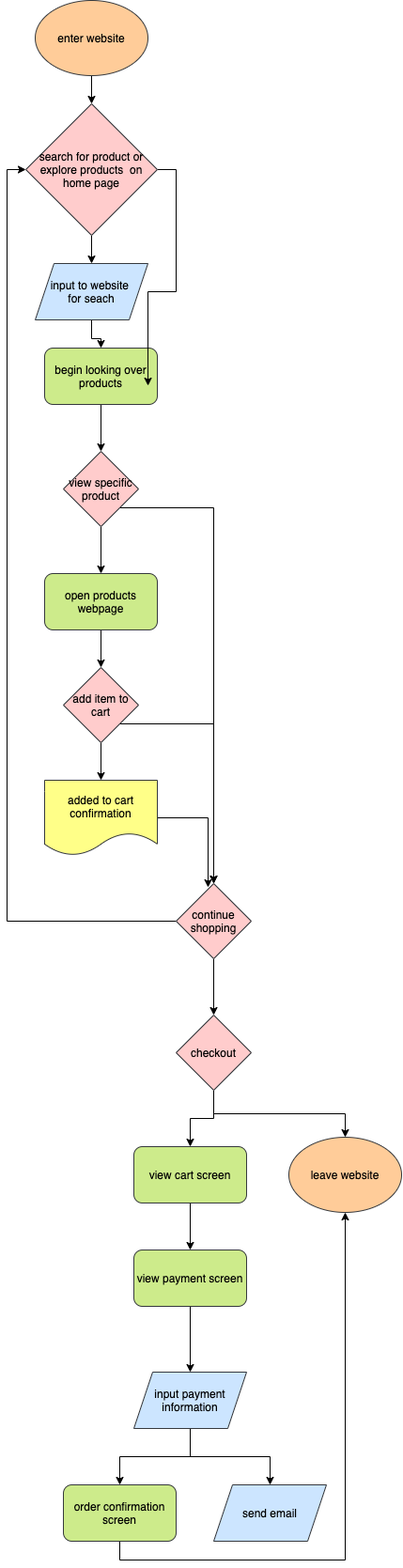
Earlier version of the draw.io export part2/part2.drawio.png (saradoron/sp21-cse110-lab4). Source tidied: cells renumbered, new cells last; positions are measured from the earlier drawing's top-left corner, leaving out a move shared by most shapes. Source of this version:
```xml
<mxGraphModel>
  <root>
    <mxCell id="0" />
    <mxCell id="1" parent="0" />
    <mxCell id="2" style="edgeStyle=orthogonalEdgeStyle;rounded=0;jettySize=auto;html=1;exitX=0.5;exitY=1;exitDx=0;exitDy=0;fontColor=#000000;" parent="1" edge="1" source="3" target="45">
      <mxGeometry relative="1" as="geometry" />
    </mxCell>
    <mxCell id="3" value="enter website" style="ellipse;whiteSpace=wrap;html=1;fillColor=#ffcc99;strokeColor=#36393d;fontColor=#000000;" parent="1" vertex="1">
      <mxGeometry x="10" width="120" height="80" as="geometry" />
    </mxCell>
    <mxCell id="4" style="edgeStyle=orthogonalEdgeStyle;rounded=0;jettySize=auto;html=1;exitX=0.5;exitY=1;exitDx=0;exitDy=0;fontColor=#000000;" parent="1" edge="1" source="5" target="7">
      <mxGeometry relative="1" as="geometry" />
    </mxCell>
    <mxCell id="5" value="input to website &lt;br&gt;for seach" style="shape=parallelogram;perimeter=parallelogramPerimeter;whiteSpace=wrap;html=1;fixedSize=1;fillColor=#cce5ff;strokeColor=#36393d;fontColor=#000000;" parent="1" vertex="1">
      <mxGeometry x="10" y="280" width="120" height="60" as="geometry" />
    </mxCell>
    <mxCell id="6" style="edgeStyle=orthogonalEdgeStyle;rounded=0;jettySize=auto;html=1;exitX=0.5;exitY=1;exitDx=0;exitDy=0;fontColor=#000000;" parent="1" edge="1" source="7" target="10">
      <mxGeometry relative="1" as="geometry" />
    </mxCell>
    <mxCell id="7" value="begin looking over products" style="rounded=1;whiteSpace=wrap;html=1;fillColor=#cdeb8b;strokeColor=#36393d;fontColor=#000000;" parent="1" vertex="1">
      <mxGeometry x="20" y="370" width="120" height="60" as="geometry" />
    </mxCell>
    <mxCell id="8" style="edgeStyle=orthogonalEdgeStyle;rounded=0;jettySize=auto;html=1;exitX=0.5;exitY=1;exitDx=0;exitDy=0;fontColor=#000000;" parent="1" edge="1" source="10" target="23">
      <mxGeometry relative="1" as="geometry" />
    </mxCell>
    <mxCell id="9" style="edgeStyle=orthogonalEdgeStyle;rounded=0;jettySize=auto;html=1;exitX=1;exitY=1;exitDx=0;exitDy=0;fontColor=#000000;" parent="1" edge="1" source="10" target="18">
      <mxGeometry relative="1" as="geometry" />
    </mxCell>
    <mxCell id="10" value="view specific product" style="rhombus;whiteSpace=wrap;html=1;fillColor=#ffcccc;strokeColor=#36393d;fontColor=#000000;" parent="1" vertex="1">
      <mxGeometry x="40" y="480" width="80" height="80" as="geometry" />
    </mxCell>
    <mxCell id="11" style="edgeStyle=orthogonalEdgeStyle;rounded=0;jettySize=auto;html=1;exitX=0.5;exitY=1;exitDx=0;exitDy=0;entryX=0.5;entryY=0;entryDx=0;entryDy=0;fontColor=#000000;" parent="1" edge="1" source="13" target="15">
      <mxGeometry relative="1" as="geometry" />
    </mxCell>
    <mxCell id="12" style="edgeStyle=orthogonalEdgeStyle;rounded=0;jettySize=auto;html=1;exitX=1;exitY=1;exitDx=0;exitDy=0;entryX=0.5;entryY=0;entryDx=0;entryDy=0;fontColor=#000000;" parent="1" edge="1" source="13" target="18">
      <mxGeometry relative="1" as="geometry" />
    </mxCell>
    <mxCell id="13" value="add item to cart" style="rhombus;whiteSpace=wrap;html=1;fillColor=#ffcccc;strokeColor=#36393d;fontColor=#000000;" parent="1" vertex="1">
      <mxGeometry x="40" y="710" width="80" height="80" as="geometry" />
    </mxCell>
    <mxCell id="14" style="edgeStyle=orthogonalEdgeStyle;rounded=0;jettySize=auto;html=1;entryX=0.425;entryY=0.05;entryDx=0;entryDy=0;entryPerimeter=0;fontColor=#000000;" parent="1" edge="1" source="15" target="18">
      <mxGeometry relative="1" as="geometry" />
    </mxCell>
    <mxCell id="15" value="&lt;font color=&quot;#000000&quot;&gt;added to cart confirmation&lt;/font&gt;" style="shape=document;whiteSpace=wrap;html=1;boundedLbl=1;fillColor=#ffff88;strokeColor=#36393d;" parent="1" vertex="1">
      <mxGeometry x="20" y="830" width="120" height="80" as="geometry" />
    </mxCell>
    <mxCell id="16" style="edgeStyle=orthogonalEdgeStyle;rounded=0;jettySize=auto;html=1;exitX=0;exitY=0.5;exitDx=0;exitDy=0;entryX=0;entryY=0.5;entryDx=0;entryDy=0;fontColor=#000000;" parent="1" edge="1" source="18" target="45">
      <mxGeometry relative="1" as="geometry" />
    </mxCell>
    <mxCell id="17" style="edgeStyle=orthogonalEdgeStyle;rounded=0;jettySize=auto;html=1;exitX=0.5;exitY=1;exitDx=0;exitDy=0;entryX=0.5;entryY=0;entryDx=0;entryDy=0;fontColor=#000000;" parent="1" edge="1" source="18" target="28">
      <mxGeometry relative="1" as="geometry" />
    </mxCell>
    <mxCell id="18" value="&lt;font color=&quot;#000000&quot;&gt;continue shopping&lt;/font&gt;" style="rhombus;whiteSpace=wrap;html=1;fillColor=#ffcccc;strokeColor=#36393d;" parent="1" vertex="1">
      <mxGeometry x="160" y="940" width="80" height="80" as="geometry" />
    </mxCell>
    <mxCell id="19" value="&lt;font color=&quot;#ffffff&quot;&gt;yes&lt;/font&gt;" style="text;html=1;align=center;verticalAlign=middle;fillColor=none;strokeColor=none;rounded=0;fontColor=#000000;" parent="1" vertex="1">
      <mxGeometry x="85" y="570" width="30" height="20" as="geometry" />
    </mxCell>
    <mxCell id="20" value="&lt;font color=&quot;#ffffff&quot;&gt;yes&lt;/font&gt;" style="text;html=1;align=center;verticalAlign=middle;fillColor=none;strokeColor=none;rounded=0;fontColor=#000000;" parent="1" vertex="1">
      <mxGeometry x="80" y="790" width="30" height="20" as="geometry" />
    </mxCell>
    <mxCell id="21" value="&lt;font color=&quot;#ffffff&quot;&gt;no&lt;/font&gt;" style="text;html=1;align=center;verticalAlign=middle;fillColor=none;strokeColor=none;rounded=0;fontColor=#000000;" parent="1" vertex="1">
      <mxGeometry x="200" y="790" width="30" height="20" as="geometry" />
    </mxCell>
    <mxCell id="22" style="edgeStyle=orthogonalEdgeStyle;rounded=0;jettySize=auto;html=1;exitX=0.5;exitY=1;exitDx=0;exitDy=0;entryX=0.5;entryY=0;entryDx=0;entryDy=0;fontColor=#000000;" parent="1" edge="1" source="23" target="13">
      <mxGeometry relative="1" as="geometry" />
    </mxCell>
    <mxCell id="23" value="open products webpage" style="rounded=1;whiteSpace=wrap;html=1;fillColor=#cdeb8b;strokeColor=#36393d;fontColor=#000000;" parent="1" vertex="1">
      <mxGeometry x="20" y="610" width="120" height="60" as="geometry" />
    </mxCell>
    <mxCell id="24" value="&lt;font color=&quot;#ffffff&quot;&gt;no&lt;/font&gt;" style="text;html=1;align=center;verticalAlign=middle;fillColor=none;strokeColor=none;rounded=0;fontColor=#000000;" parent="1" vertex="1">
      <mxGeometry x="210" y="570" width="30" height="20" as="geometry" />
    </mxCell>
    <mxCell id="25" value="&lt;font color=&quot;#ffffff&quot;&gt;yes&lt;/font&gt;" style="text;html=1;align=center;verticalAlign=middle;fillColor=none;strokeColor=none;rounded=0;fontColor=#000000;" parent="1" vertex="1">
      <mxGeometry x="115" y="980" width="30" height="20" as="geometry" />
    </mxCell>
    <mxCell id="26" style="edgeStyle=orthogonalEdgeStyle;rounded=0;jettySize=auto;html=1;exitX=0.5;exitY=1;exitDx=0;exitDy=0;fontColor=#000000;" parent="1" edge="1" source="28" target="30">
      <mxGeometry relative="1" as="geometry" />
    </mxCell>
    <mxCell id="27" style="edgeStyle=orthogonalEdgeStyle;rounded=0;jettySize=auto;html=1;exitX=0.5;exitY=1;exitDx=0;exitDy=0;entryX=0.5;entryY=0;entryDx=0;entryDy=0;fontColor=#000000;" parent="1" edge="1" source="28" target="33">
      <mxGeometry relative="1" as="geometry" />
    </mxCell>
    <mxCell id="28" value="checkout" style="rhombus;whiteSpace=wrap;html=1;fillColor=#ffcccc;strokeColor=#36393d;fontColor=#000000;" parent="1" vertex="1">
      <mxGeometry x="160" y="1080" width="80" height="80" as="geometry" />
    </mxCell>
    <mxCell id="29" value="&lt;font color=&quot;#ffffff&quot;&gt;no&lt;/font&gt;" style="text;html=1;align=center;verticalAlign=middle;fillColor=none;strokeColor=none;rounded=0;fontColor=#000000;" parent="1" vertex="1">
      <mxGeometry x="200" y="1040" width="30" height="20" as="geometry" />
    </mxCell>
    <mxCell id="30" value="leave website" style="ellipse;whiteSpace=wrap;html=1;fillColor=#ffcc99;strokeColor=#36393d;fontColor=#000000;" parent="1" vertex="1">
      <mxGeometry x="280" y="1210" width="120" height="80" as="geometry" />
    </mxCell>
    <mxCell id="31" value="&lt;font color=&quot;#ffffff&quot;&gt;no&lt;/font&gt;" style="text;html=1;align=center;verticalAlign=middle;fillColor=none;strokeColor=none;rounded=0;fontColor=#000000;" parent="1" vertex="1">
      <mxGeometry x="260" y="1160" width="30" height="20" as="geometry" />
    </mxCell>
    <mxCell id="32" style="edgeStyle=orthogonalEdgeStyle;rounded=0;jettySize=auto;html=1;exitX=0.5;exitY=1;exitDx=0;exitDy=0;fontColor=#000000;" parent="1" edge="1" source="33" target="36">
      <mxGeometry relative="1" as="geometry" />
    </mxCell>
    <mxCell id="33" value="view cart screen" style="rounded=1;whiteSpace=wrap;html=1;fillColor=#cdeb8b;strokeColor=#36393d;fontColor=#000000;" parent="1" vertex="1">
      <mxGeometry x="115" y="1220" width="120" height="60" as="geometry" />
    </mxCell>
    <mxCell id="34" value="&lt;font color=&quot;#ffffff&quot;&gt;yes&lt;/font&gt;" style="text;html=1;align=center;verticalAlign=middle;fillColor=none;strokeColor=none;rounded=0;fontColor=#000000;" parent="1" vertex="1">
      <mxGeometry x="140" y="1190" width="30" height="20" as="geometry" />
    </mxCell>
    <mxCell id="35" style="edgeStyle=orthogonalEdgeStyle;rounded=0;jettySize=auto;html=1;exitX=0.5;exitY=1;exitDx=0;exitDy=0;entryX=0.5;entryY=0;entryDx=0;entryDy=0;fontColor=#000000;" parent="1" edge="1" source="36" target="39">
      <mxGeometry relative="1" as="geometry" />
    </mxCell>
    <mxCell id="36" value="view payment screen" style="rounded=1;whiteSpace=wrap;html=1;fillColor=#cdeb8b;strokeColor=#36393d;fontColor=#000000;" parent="1" vertex="1">
      <mxGeometry x="115" y="1330" width="120" height="60" as="geometry" />
    </mxCell>
    <mxCell id="37" style="edgeStyle=orthogonalEdgeStyle;rounded=0;jettySize=auto;html=1;fontColor=#000000;" parent="1" edge="1" source="39" target="41">
      <mxGeometry relative="1" as="geometry" />
    </mxCell>
    <mxCell id="38" style="edgeStyle=orthogonalEdgeStyle;rounded=0;jettySize=auto;html=1;exitX=0.5;exitY=1;exitDx=0;exitDy=0;fontColor=#000000;" parent="1" edge="1" source="39" target="42">
      <mxGeometry relative="1" as="geometry" />
    </mxCell>
    <mxCell id="39" value="input payment information" style="shape=parallelogram;perimeter=parallelogramPerimeter;whiteSpace=wrap;html=1;fixedSize=1;fillColor=#cce5ff;strokeColor=#36393d;fontColor=#000000;" parent="1" vertex="1">
      <mxGeometry x="115" y="1460" width="120" height="60" as="geometry" />
    </mxCell>
    <mxCell id="40" style="edgeStyle=orthogonalEdgeStyle;rounded=0;jettySize=auto;html=1;exitX=0.5;exitY=1;exitDx=0;exitDy=0;entryX=0.5;entryY=1;entryDx=0;entryDy=0;fontColor=#000000;" parent="1" edge="1" source="41" target="30">
      <mxGeometry relative="1" as="geometry" />
    </mxCell>
    <mxCell id="41" value="order confirmation screen" style="rounded=1;whiteSpace=wrap;html=1;fillColor=#cdeb8b;strokeColor=#36393d;fontColor=#000000;" parent="1" vertex="1">
      <mxGeometry x="40" y="1580" width="120" height="60" as="geometry" />
    </mxCell>
    <mxCell id="42" value="send email" style="shape=parallelogram;perimeter=parallelogramPerimeter;whiteSpace=wrap;html=1;fixedSize=1;fillColor=#cce5ff;strokeColor=#36393d;fontColor=#000000;" parent="1" vertex="1">
      <mxGeometry x="200" y="1580" width="120" height="60" as="geometry" />
    </mxCell>
    <mxCell id="43" style="edgeStyle=orthogonalEdgeStyle;rounded=0;jettySize=auto;html=1;exitX=0.5;exitY=1;exitDx=0;exitDy=0;fontColor=#000000;" parent="1" edge="1" source="45" target="5">
      <mxGeometry relative="1" as="geometry" />
    </mxCell>
    <mxCell id="44" style="edgeStyle=orthogonalEdgeStyle;rounded=0;jettySize=auto;html=1;exitX=1;exitY=0.5;exitDx=0;exitDy=0;entryX=0.917;entryY=0.667;entryDx=0;entryDy=0;entryPerimeter=0;fontColor=#000000;" parent="1" edge="1" source="45" target="7">
      <mxGeometry relative="1" as="geometry" />
    </mxCell>
    <mxCell id="45" value="search for product or explore products&amp;nbsp; on home page" style="rhombus;whiteSpace=wrap;html=1;fillColor=#ffcccc;strokeColor=#36393d;fontColor=#000000;" parent="1" vertex="1">
      <mxGeometry y="110" width="140" height="140" as="geometry" />
    </mxCell>
    <mxCell id="46" value="&lt;font color=&quot;#ffffff&quot;&gt;search for &lt;br&gt;products&lt;/font&gt;" style="text;html=1;align=center;verticalAlign=middle;fillColor=none;strokeColor=none;rounded=0;fontColor=#000000;" parent="1" vertex="1">
      <mxGeometry x="65" y="250" width="70" height="30" as="geometry" />
    </mxCell>
    <mxCell id="47" value="&lt;font color=&quot;#ffffff&quot;&gt;explore products&lt;br&gt;on home page&lt;br&gt;&lt;/font&gt;" style="text;html=1;align=center;verticalAlign=middle;fillColor=none;strokeColor=none;rounded=0;fontColor=#000000;" parent="1" vertex="1">
      <mxGeometry x="170" y="250" width="100" height="30" as="geometry" />
    </mxCell>
  </root>
</mxGraphModel>
```
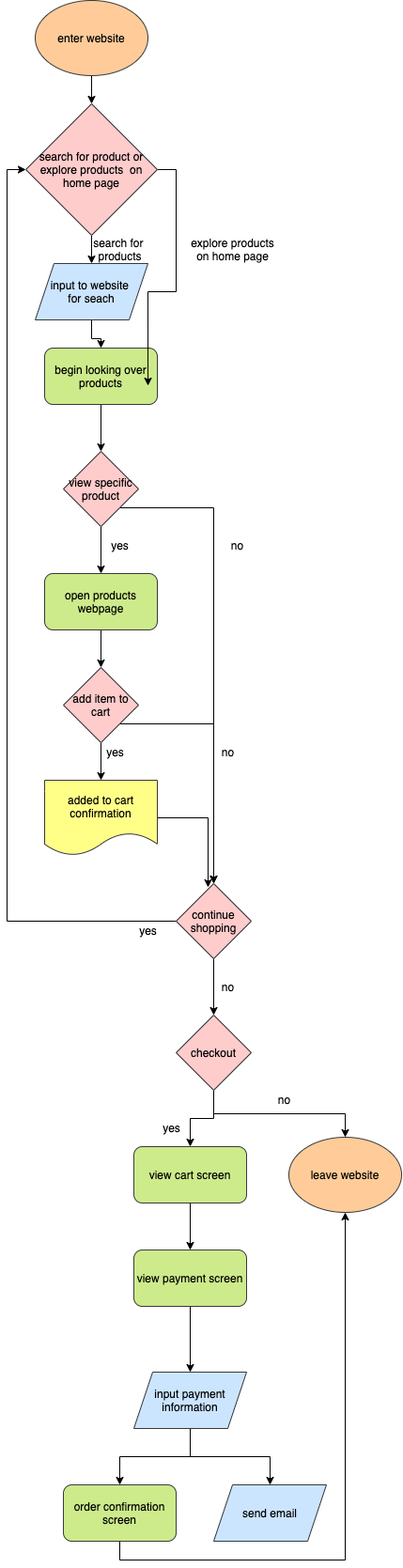
Above is the later version.

Commit message:
fixed text color

What changed in the source:
```diff
@@ -53,13 +53,13 @@
     <mxCell id="18" value="&lt;font color=&quot;#000000&quot;&gt;continue shopping&lt;/font&gt;" style="rhombus;whiteSpace=wrap;html=1;fillColor=#ffcccc;strokeColor=#36393d;" parent="1" vertex="1">
       <mxGeometry x="160" y="940" width="80" height="80" as="geometry" />
     </mxCell>
-    <mxCell id="19" value="&lt;font color=&quot;#ffffff&quot;&gt;yes&lt;/font&gt;" style="text;html=1;align=center;verticalAlign=middle;fillColor=none;strokeColor=none;rounded=0;fontColor=#000000;" parent="1" vertex="1">
+    <mxCell id="19" value="yes" style="text;html=1;align=center;verticalAlign=middle;fillColor=none;strokeColor=none;rounded=0;fontColor=#000000;" parent="1" vertex="1">
       <mxGeometry x="85" y="570" width="30" height="20" as="geometry" />
     </mxCell>
-    <mxCell id="20" value="&lt;font color=&quot;#ffffff&quot;&gt;yes&lt;/font&gt;" style="text;html=1;align=center;verticalAlign=middle;fillColor=none;strokeColor=none;rounded=0;fontColor=#000000;" parent="1" vertex="1">
+    <mxCell id="20" value="yes" style="text;html=1;align=center;verticalAlign=middle;fillColor=none;strokeColor=none;rounded=0;fontColor=#000000;" parent="1" vertex="1">
       <mxGeometry x="80" y="790" width="30" height="20" as="geometry" />
     </mxCell>
-    <mxCell id="21" value="&lt;font color=&quot;#ffffff&quot;&gt;no&lt;/font&gt;" style="text;html=1;align=center;verticalAlign=middle;fillColor=none;strokeColor=none;rounded=0;fontColor=#000000;" parent="1" vertex="1">
+    <mxCell id="21" value="no" style="text;html=1;align=center;verticalAlign=middle;fillColor=none;strokeColor=none;rounded=0;fontColor=#000000;" parent="1" vertex="1">
       <mxGeometry x="200" y="790" width="30" height="20" as="geometry" />
     </mxCell>
     <mxCell id="22" style="edgeStyle=orthogonalEdgeStyle;rounded=0;jettySize=auto;html=1;exitX=0.5;exitY=1;exitDx=0;exitDy=0;entryX=0.5;entryY=0;entryDx=0;entryDy=0;fontColor=#000000;" parent="1" edge="1" source="23" target="13">
@@ -68,10 +68,10 @@
     <mxCell id="23" value="open products webpage" style="rounded=1;whiteSpace=wrap;html=1;fillColor=#cdeb8b;strokeColor=#36393d;fontColor=#000000;" parent="1" vertex="1">
       <mxGeometry x="20" y="610" width="120" height="60" as="geometry" />
     </mxCell>
-    <mxCell id="24" value="&lt;font color=&quot;#ffffff&quot;&gt;no&lt;/font&gt;" style="text;html=1;align=center;verticalAlign=middle;fillColor=none;strokeColor=none;rounded=0;fontColor=#000000;" parent="1" vertex="1">
+    <mxCell id="24" value="no" style="text;html=1;align=center;verticalAlign=middle;fillColor=none;strokeColor=none;rounded=0;fontColor=#000000;" parent="1" vertex="1">
       <mxGeometry x="210" y="570" width="30" height="20" as="geometry" />
     </mxCell>
-    <mxCell id="25" value="&lt;font color=&quot;#ffffff&quot;&gt;yes&lt;/font&gt;" style="text;html=1;align=center;verticalAlign=middle;fillColor=none;strokeColor=none;rounded=0;fontColor=#000000;" parent="1" vertex="1">
+    <mxCell id="25" value="yes" style="text;html=1;align=center;verticalAlign=middle;fillColor=none;strokeColor=none;rounded=0;fontColor=#000000;" parent="1" vertex="1">
       <mxGeometry x="115" y="980" width="30" height="20" as="geometry" />
     </mxCell>
     <mxCell id="26" style="edgeStyle=orthogonalEdgeStyle;rounded=0;jettySize=auto;html=1;exitX=0.5;exitY=1;exitDx=0;exitDy=0;fontColor=#000000;" parent="1" edge="1" source="28" target="30">
@@ -83,13 +83,13 @@
     <mxCell id="28" value="checkout" style="rhombus;whiteSpace=wrap;html=1;fillColor=#ffcccc;strokeColor=#36393d;fontColor=#000000;" parent="1" vertex="1">
       <mxGeometry x="160" y="1080" width="80" height="80" as="geometry" />
     </mxCell>
-    <mxCell id="29" value="&lt;font color=&quot;#ffffff&quot;&gt;no&lt;/font&gt;" style="text;html=1;align=center;verticalAlign=middle;fillColor=none;strokeColor=none;rounded=0;fontColor=#000000;" parent="1" vertex="1">
+    <mxCell id="29" value="no" style="text;html=1;align=center;verticalAlign=middle;fillColor=none;strokeColor=none;rounded=0;fontColor=#000000;" parent="1" vertex="1">
       <mxGeometry x="200" y="1040" width="30" height="20" as="geometry" />
     </mxCell>
     <mxCell id="30" value="leave website" style="ellipse;whiteSpace=wrap;html=1;fillColor=#ffcc99;strokeColor=#36393d;fontColor=#000000;" parent="1" vertex="1">
       <mxGeometry x="280" y="1210" width="120" height="80" as="geometry" />
     </mxCell>
-    <mxCell id="31" value="&lt;font color=&quot;#ffffff&quot;&gt;no&lt;/font&gt;" style="text;html=1;align=center;verticalAlign=middle;fillColor=none;strokeColor=none;rounded=0;fontColor=#000000;" parent="1" vertex="1">
+    <mxCell id="31" value="no" style="text;html=1;align=center;verticalAlign=middle;fillColor=none;strokeColor=none;rounded=0;fontColor=#000000;" parent="1" vertex="1">
       <mxGeometry x="260" y="1160" width="30" height="20" as="geometry" />
     </mxCell>
     <mxCell id="32" style="edgeStyle=orthogonalEdgeStyle;rounded=0;jettySize=auto;html=1;exitX=0.5;exitY=1;exitDx=0;exitDy=0;fontColor=#000000;" parent="1" edge="1" source="33" target="36">
@@ -98,7 +98,7 @@
     <mxCell id="33" value="view cart screen" style="rounded=1;whiteSpace=wrap;html=1;fillColor=#cdeb8b;strokeColor=#36393d;fontColor=#000000;" parent="1" vertex="1">
       <mxGeometry x="115" y="1220" width="120" height="60" as="geometry" />
     </mxCell>
-    <mxCell id="34" value="&lt;font color=&quot;#ffffff&quot;&gt;yes&lt;/font&gt;" style="text;html=1;align=center;verticalAlign=middle;fillColor=none;strokeColor=none;rounded=0;fontColor=#000000;" parent="1" vertex="1">
+    <mxCell id="34" value="yes" style="text;html=1;align=center;verticalAlign=middle;fillColor=none;strokeColor=none;rounded=0;fontColor=#000000;" parent="1" vertex="1">
       <mxGeometry x="140" y="1190" width="30" height="20" as="geometry" />
     </mxCell>
     <mxCell id="35" style="edgeStyle=orthogonalEdgeStyle;rounded=0;jettySize=auto;html=1;exitX=0.5;exitY=1;exitDx=0;exitDy=0;entryX=0.5;entryY=0;entryDx=0;entryDy=0;fontColor=#000000;" parent="1" edge="1" source="36" target="39">
@@ -134,10 +134,10 @@
     <mxCell id="45" value="search for product or explore products&amp;nbsp; on home page" style="rhombus;whiteSpace=wrap;html=1;fillColor=#ffcccc;strokeColor=#36393d;fontColor=#000000;" parent="1" vertex="1">
       <mxGeometry y="110" width="140" height="140" as="geometry" />
     </mxCell>
-    <mxCell id="46" value="&lt;font color=&quot;#ffffff&quot;&gt;search for &lt;br&gt;products&lt;/font&gt;" style="text;html=1;align=center;verticalAlign=middle;fillColor=none;strokeColor=none;rounded=0;fontColor=#000000;" parent="1" vertex="1">
+    <mxCell id="46" value="search for &lt;br&gt;products" style="text;html=1;align=center;verticalAlign=middle;fillColor=none;strokeColor=none;rounded=0;fontColor=#000000;" parent="1" vertex="1">
       <mxGeometry x="65" y="250" width="70" height="30" as="geometry" />
     </mxCell>
-    <mxCell id="47" value="&lt;font color=&quot;#ffffff&quot;&gt;explore products&lt;br&gt;on home page&lt;br&gt;&lt;/font&gt;" style="text;html=1;align=center;verticalAlign=middle;fillColor=none;strokeColor=none;rounded=0;fontColor=#000000;" parent="1" vertex="1">
+    <mxCell id="47" value="explore products&lt;br&gt;on home page" style="text;html=1;align=center;verticalAlign=middle;fillColor=none;strokeColor=none;rounded=0;fontColor=#000000;" parent="1" vertex="1">
       <mxGeometry x="170" y="250" width="100" height="30" as="geometry" />
     </mxCell>
   </root>
```
